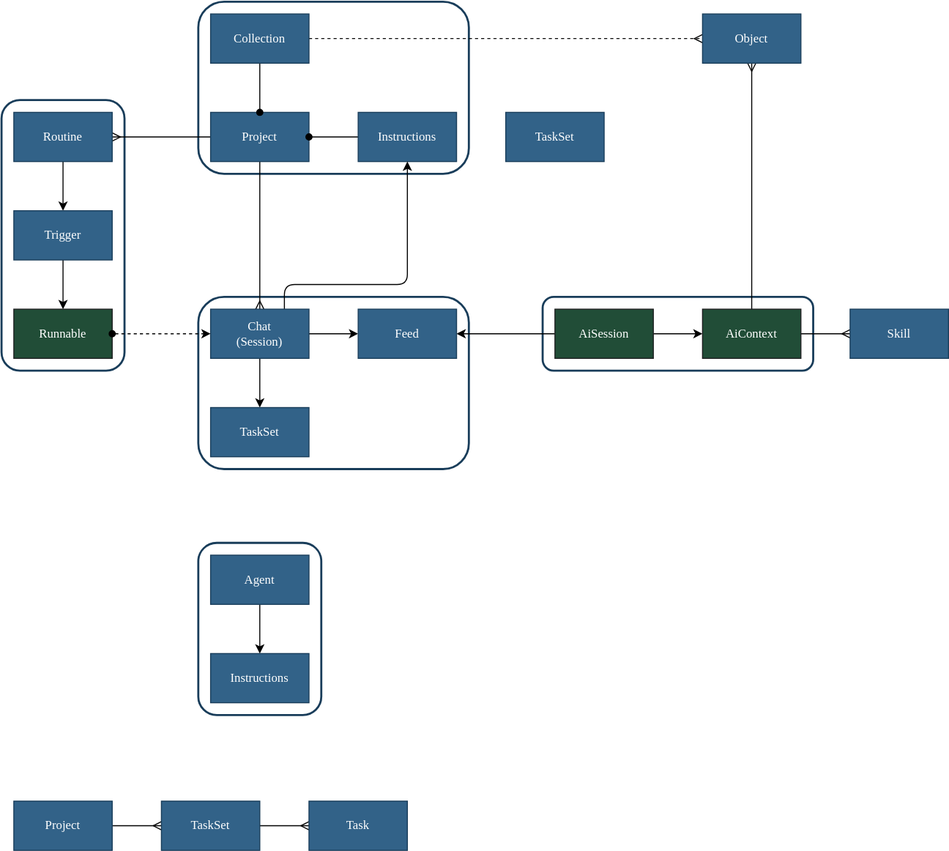
dxos/dxos keeps this draw.io diagram as packages/core/compute/compute/docs/project.drawio.svg. Above is the earlier version. Source tidied: cells renumbered, new cells last; positions are measured from the earlier drawing's top-left corner, leaving out a move shared by most shapes.
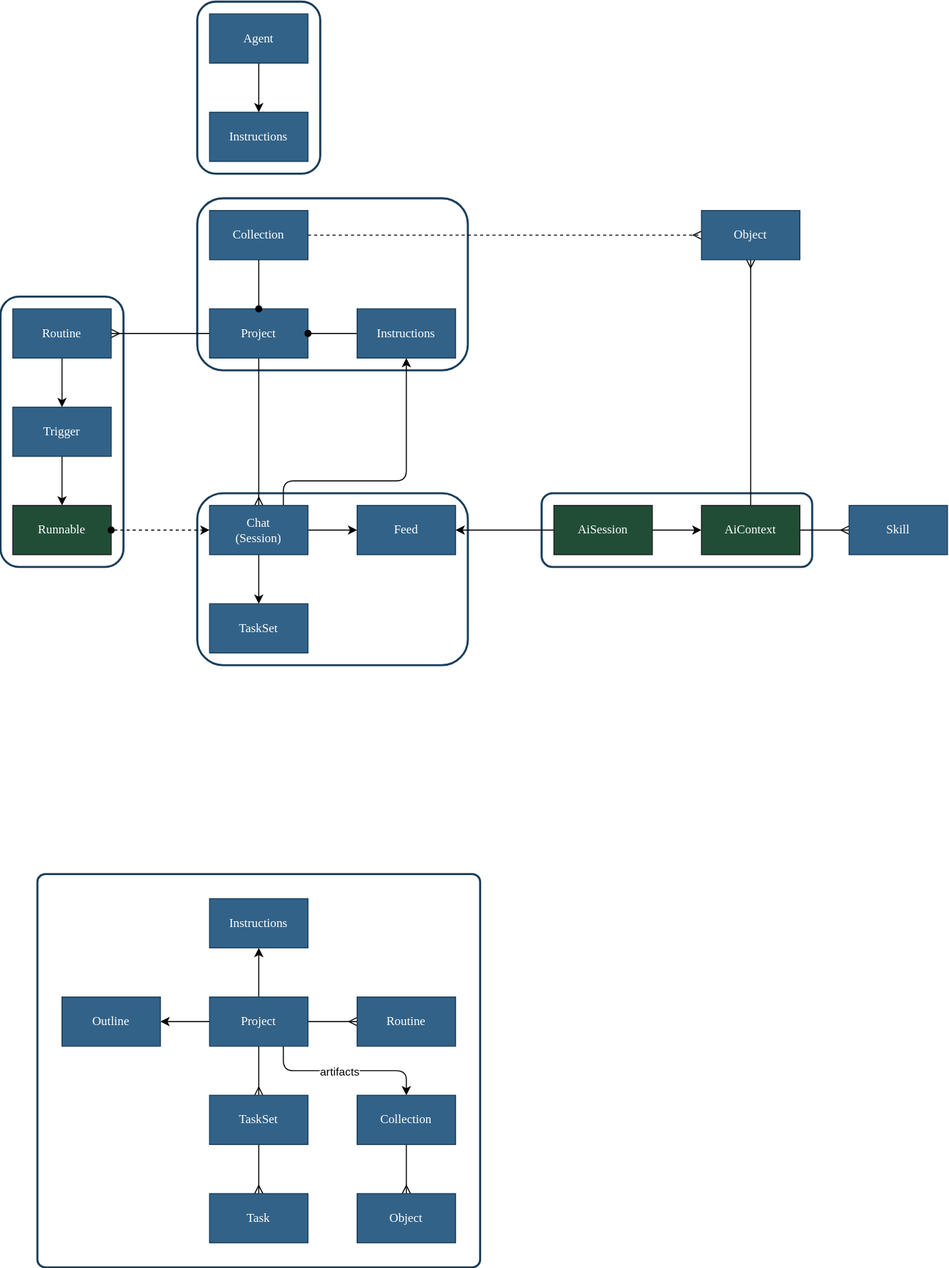
The same diagram one commit later.

What changed in the source:
```diff
@@ -2,8 +2,11 @@
   <root>
     <mxCell id="0" />
     <mxCell id="1" parent="0" />
+    <mxCell id="44" style="rounded=1;whiteSpace=wrap;html=1;fillColor=none;fontColor=#FFFFFF;strokeColor=#193D5A;fontFamily=Space Grotesk;strokeWidth=2;arcSize=2;" parent="1" vertex="1">
+      <mxGeometry x="36" y="660" width="432" height="384" as="geometry" />
+    </mxCell>
     <mxCell id="2" style="rounded=1;whiteSpace=wrap;html=1;fillColor=none;fontColor=#FFFFFF;strokeColor=#193D5A;fontFamily=Space Grotesk;strokeWidth=2;" parent="1" vertex="1">
-      <mxGeometry x="192" y="528" width="120" height="168" as="geometry" />
+      <mxGeometry x="192" y="-192" width="120" height="168" as="geometry" />
     </mxCell>
     <mxCell id="3" style="rounded=1;whiteSpace=wrap;html=1;fillColor=none;fontColor=#FFFFFF;strokeColor=#193D5A;fontFamily=Space Grotesk;strokeWidth=2;" parent="1" vertex="1">
       <mxGeometry x="528" y="288" width="264" height="72" as="geometry" />
@@ -59,7 +62,7 @@
       <mxGeometry relative="1" as="geometry" />
     </mxCell>
     <mxCell id="19" value="Agent" style="rounded=0;whiteSpace=wrap;html=1;fillColor=#326288;fontColor=#FFFFFF;strokeColor=#193D5A;fontFamily=Space Grotesk;" parent="1" vertex="1">
-      <mxGeometry x="204" y="540" width="96" height="48" as="geometry" />
+      <mxGeometry x="204" y="-180" width="96" height="48" as="geometry" />
     </mxCell>
     <mxCell id="20" style="edgeStyle=none;html=1;exitX=1;exitY=0.5;exitDx=0;exitDy=0;fontFamily=Space Grotesk;startArrow=none;startFill=0;endArrow=classic;endFill=1;" parent="1" edge="1" source="22" target="25">
       <mxGeometry relative="1" as="geometry" />
@@ -101,7 +104,7 @@
       <mxGeometry x="828" y="300" width="96" height="48" as="geometry" />
     </mxCell>
     <mxCell id="33" value="Instructions" style="rounded=0;whiteSpace=wrap;html=1;fillColor=#326288;fontColor=#FFFFFF;strokeColor=#193D5A;fontFamily=Space Grotesk;" parent="1" vertex="1">
-      <mxGeometry x="204" y="636" width="96" height="48" as="geometry" />
+      <mxGeometry x="204" y="-84" width="96" height="48" as="geometry" />
     </mxCell>
     <mxCell id="34" style="edgeStyle=none;html=1;exitX=0.5;exitY=1;exitDx=0;exitDy=0;" parent="1" edge="1" source="35" target="36">
       <mxGeometry relative="1" as="geometry" />
@@ -115,23 +118,58 @@
     <mxCell id="37" style="edgeStyle=none;html=1;exitX=1;exitY=0.5;exitDx=0;exitDy=0;dashed=1;startArrow=oval;startFill=1;endArrow=classic;endFill=1;entryX=0;entryY=0.5;entryDx=0;entryDy=0;" parent="1" edge="1" source="36" target="16">
       <mxGeometry relative="1" as="geometry" />
     </mxCell>
-    <mxCell id="38" value="TaskSet" style="rounded=0;whiteSpace=wrap;html=1;fillColor=#326288;fontColor=#FFFFFF;strokeColor=#193D5A;fontFamily=Space Grotesk;" parent="1" vertex="1">
-      <mxGeometry x="492" y="108" width="96" height="48" as="geometry" />
-    </mxCell>
-    <mxCell id="39" style="edgeStyle=none;html=1;exitX=1;exitY=0.5;exitDx=0;exitDy=0;endArrow=ERmany;endFill=0;" parent="1" edge="1" source="40" target="42">
+    <mxCell id="39" style="edgeStyle=none;html=1;endArrow=ERmany;endFill=0;" parent="1" edge="1" source="40" target="42">
       <mxGeometry relative="1" as="geometry" />
     </mxCell>
+    <mxCell id="45" style="edgeStyle=none;html=1;exitX=0.75;exitY=1;exitDx=0;exitDy=0;entryX=0.5;entryY=0;entryDx=0;entryDy=0;" parent="1" edge="1" source="40" target="51">
+      <mxGeometry relative="1" as="geometry">
+        <Array as="points">
+          <mxPoint x="276" y="852" />
+          <mxPoint x="396" y="852" />
+        </Array>
+      </mxGeometry>
+    </mxCell>
+    <mxCell id="46" value="&amp;nbsp;artifacts&amp;nbsp;" style="edgeLabel;html=1;align=center;verticalAlign=middle;" parent="45" vertex="1">
+      <mxGeometry x="-0.08" y="-1" relative="1" as="geometry" />
+    </mxCell>
+    <mxCell id="47" style="edgeStyle=none;html=1;" parent="1" edge="1" source="40" target="54">
+      <mxGeometry relative="1" as="geometry" />
+    </mxCell>
+    <mxCell id="48" style="edgeStyle=none;html=1;" parent="1" edge="1" source="40" target="53">
+      <mxGeometry relative="1" as="geometry" />
+    </mxCell>
+    <mxCell id="49" style="edgeStyle=none;html=1;endArrow=ERmany;endFill=0;" parent="1" edge="1" source="40" target="55">
+      <mxGeometry relative="1" as="geometry" />
+    </mxCell>
     <mxCell id="40" value="Project" style="rounded=0;whiteSpace=wrap;html=1;fillColor=#326288;fontColor=#FFFFFF;strokeColor=#193D5A;fontFamily=Space Grotesk;" parent="1" vertex="1">
-      <mxGeometry x="12" y="780" width="96" height="48" as="geometry" />
+      <mxGeometry x="204" y="780" width="96" height="48" as="geometry" />
     </mxCell>
-    <mxCell id="41" style="edgeStyle=none;html=1;exitX=1;exitY=0.5;exitDx=0;exitDy=0;endArrow=ERmany;endFill=0;" parent="1" edge="1" source="42" target="43">
+    <mxCell id="41" style="edgeStyle=none;html=1;endArrow=ERmany;endFill=0;" parent="1" edge="1" source="42" target="43">
       <mxGeometry relative="1" as="geometry" />
     </mxCell>
     <mxCell id="42" value="TaskSet" style="rounded=0;whiteSpace=wrap;html=1;fillColor=#326288;fontColor=#FFFFFF;strokeColor=#193D5A;fontFamily=Space Grotesk;" parent="1" vertex="1">
-      <mxGeometry x="156" y="780" width="96" height="48" as="geometry" />
+      <mxGeometry x="204" y="876" width="96" height="48" as="geometry" />
     </mxCell>
     <mxCell id="43" value="Task" style="rounded=0;whiteSpace=wrap;html=1;fillColor=#326288;fontColor=#FFFFFF;strokeColor=#193D5A;fontFamily=Space Grotesk;" parent="1" vertex="1">
-      <mxGeometry x="300" y="780" width="96" height="48" as="geometry" />
+      <mxGeometry x="204" y="972" width="96" height="48" as="geometry" />
     </mxCell>
+    <mxCell id="50" style="edgeStyle=none;html=1;endArrow=ERmany;endFill=0;" parent="1" edge="1" source="51" target="52">
+      <mxGeometry relative="1" as="geometry" />
+    </mxCell>
+    <mxCell id="51" value="Collection" style="rounded=0;whiteSpace=wrap;html=1;fillColor=#326288;fontColor=#FFFFFF;strokeColor=#193D5A;fontFamily=Space Grotesk;" parent="1" vertex="1">
+      <mxGeometry x="348" y="876" width="96" height="48" as="geometry" />
+    </mxCell>
+    <mxCell id="52" value="Object" style="rounded=0;whiteSpace=wrap;html=1;fillColor=#326288;fontColor=#FFFFFF;strokeColor=#193D5A;fontFamily=Space Grotesk;" parent="1" vertex="1">
+      <mxGeometry x="348" y="972" width="96" height="48" as="geometry" />
+    </mxCell>
+    <mxCell id="53" value="Outline" style="rounded=0;whiteSpace=wrap;html=1;fillColor=#326288;fontColor=#FFFFFF;strokeColor=#193D5A;fontFamily=Space Grotesk;" parent="1" vertex="1">
+      <mxGeometry x="60" y="780" width="96" height="48" as="geometry" />
+    </mxCell>
+    <mxCell id="54" value="Instructions" style="rounded=0;whiteSpace=wrap;html=1;fillColor=#326288;fontColor=#FFFFFF;strokeColor=#193D5A;fontFamily=Space Grotesk;" parent="1" vertex="1">
+      <mxGeometry x="204" y="684" width="96" height="48" as="geometry" />
+    </mxCell>
+    <mxCell id="55" value="Routine" style="rounded=0;whiteSpace=wrap;html=1;fillColor=#326288;fontColor=#FFFFFF;strokeColor=#193D5A;fontFamily=Space Grotesk;" parent="1" vertex="1">
+      <mxGeometry x="348" y="780" width="96" height="48" as="geometry" />
+    </mxCell>
   </root>
 </mxGraphModel>
```
